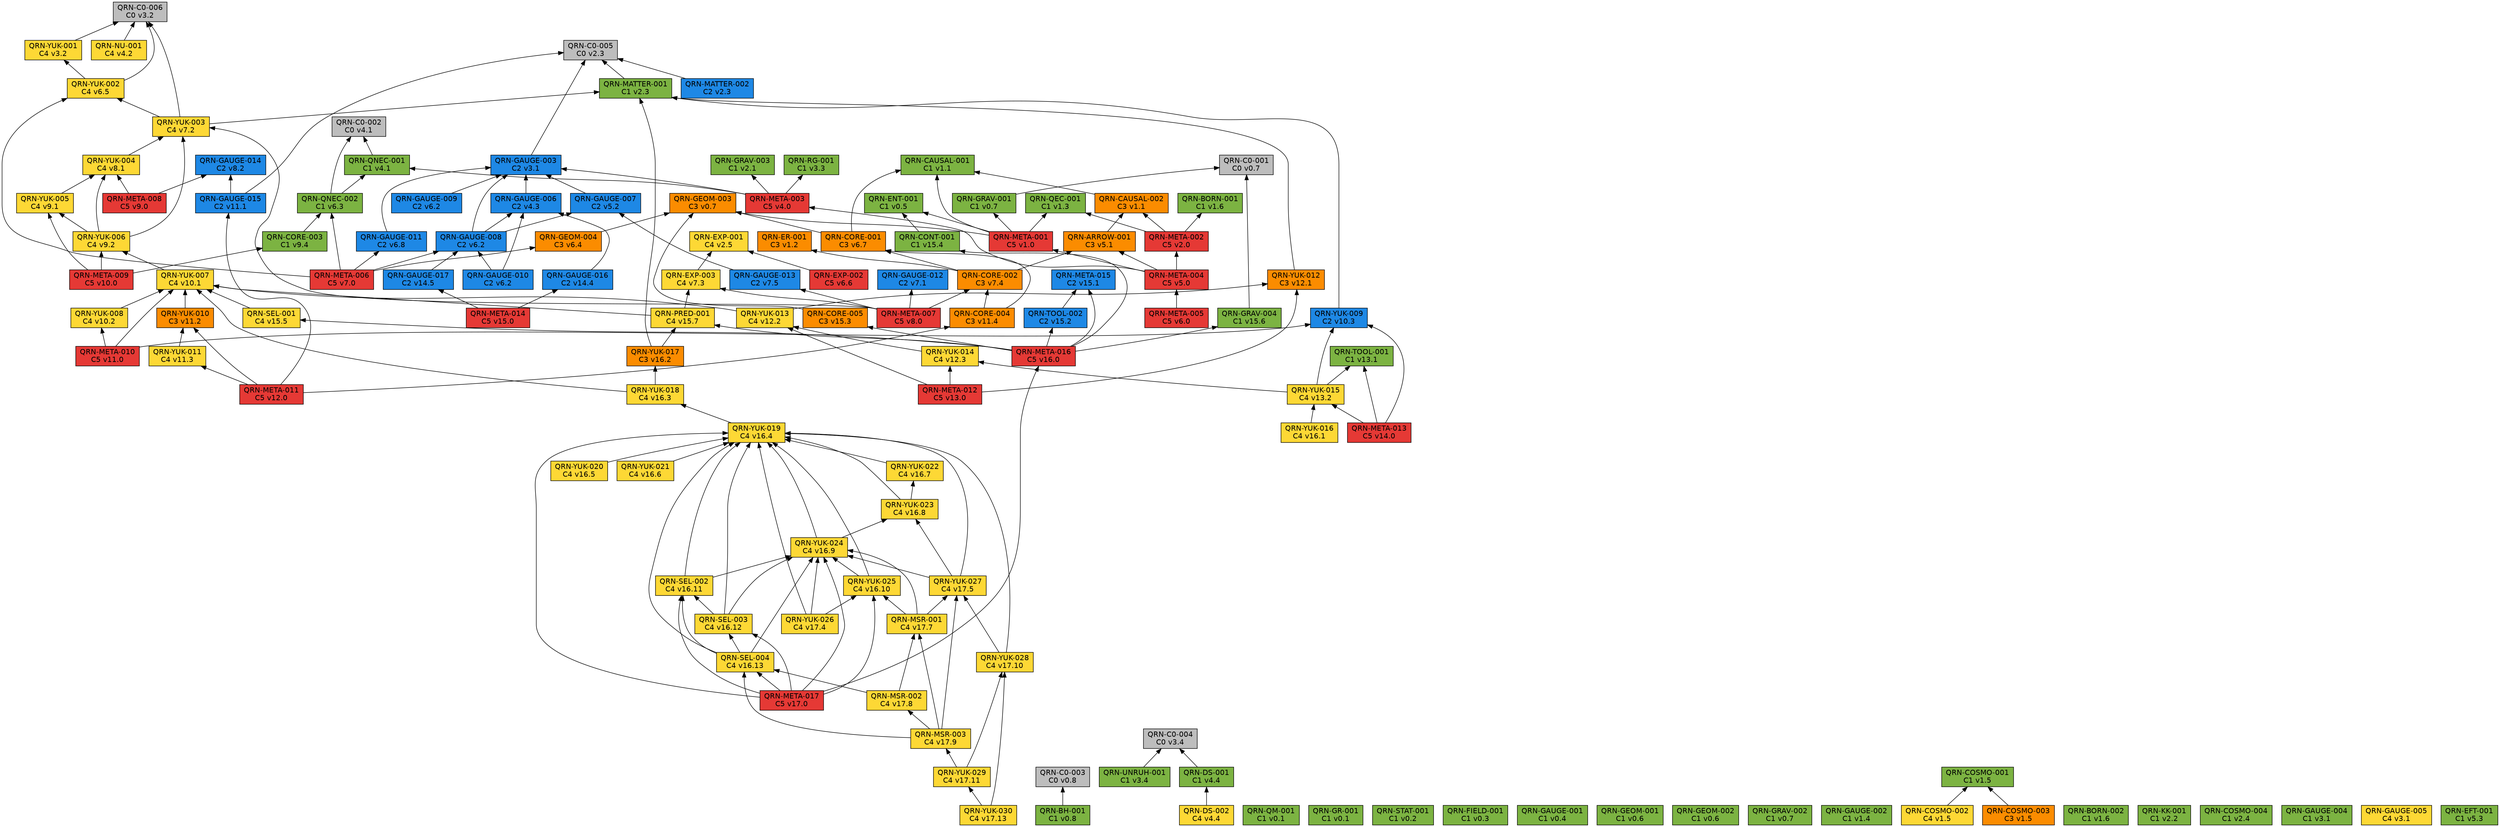
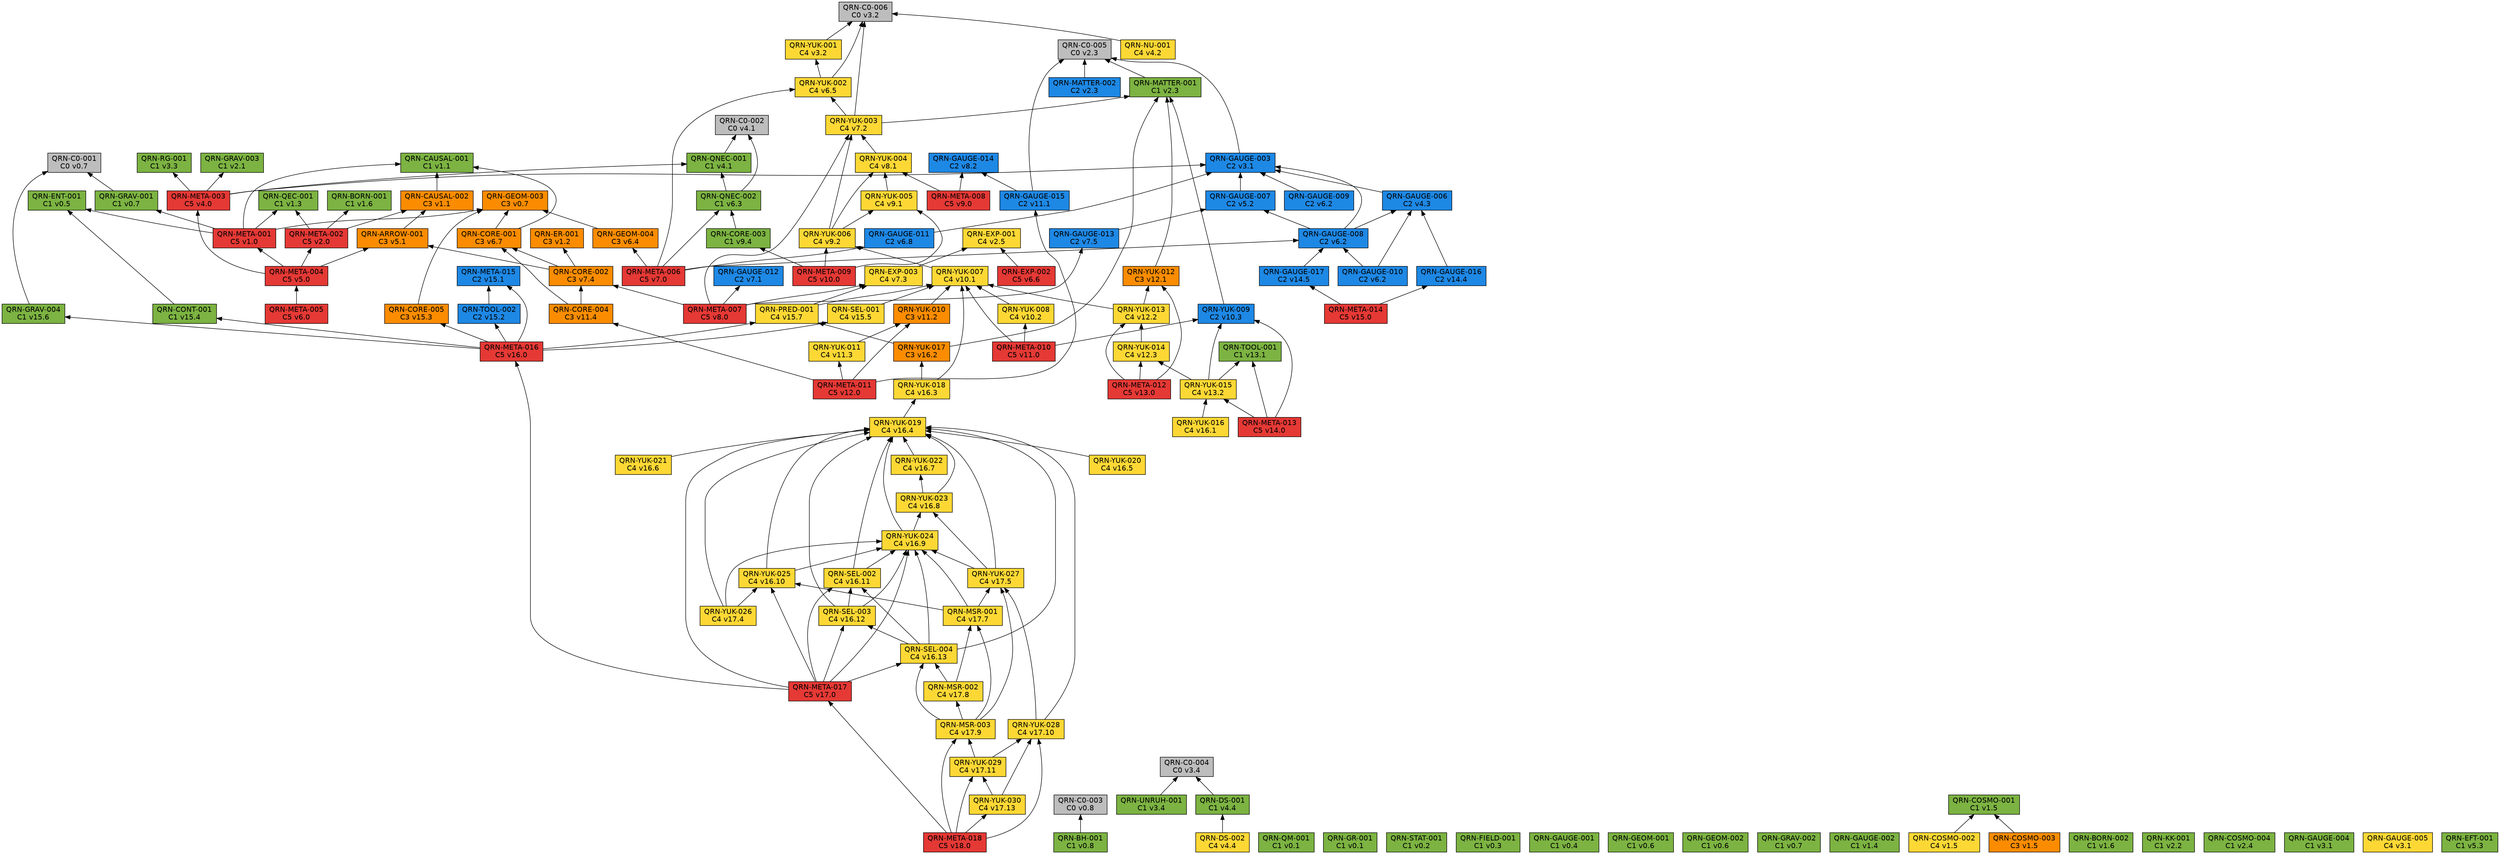
// 自動生成 (dag/report.pl) — QRN 主張依存グラフ
digraph qrn {
  rankdir=BT;
  node [shape=box, style=filled, fontname="Helvetica"];
  "QRN-C0-001" [fillcolor="#bdbdbd", label="QRN-C0-001\nC0 v0.7"];
  "QRN-C0-002" [fillcolor="#bdbdbd", label="QRN-C0-002\nC0 v4.1"];
  "QRN-C0-003" [fillcolor="#bdbdbd", label="QRN-C0-003\nC0 v0.8"];
  "QRN-C0-004" [fillcolor="#bdbdbd", label="QRN-C0-004\nC0 v3.4"];
  "QRN-C0-005" [fillcolor="#bdbdbd", label="QRN-C0-005\nC0 v2.3"];
  "QRN-C0-006" [fillcolor="#bdbdbd", label="QRN-C0-006\nC0 v3.2"];
  "QRN-QM-001" [fillcolor="#7cb342", label="QRN-QM-001\nC1 v0.1"];
  "QRN-GR-001" [fillcolor="#7cb342", label="QRN-GR-001\nC1 v0.1"];
  "QRN-STAT-001" [fillcolor="#7cb342", label="QRN-STAT-001\nC1 v0.2"];
  "QRN-FIELD-001" [fillcolor="#7cb342", label="QRN-FIELD-001\nC1 v0.3"];
  "QRN-GAUGE-001" [fillcolor="#7cb342", label="QRN-GAUGE-001\nC1 v0.4"];
  "QRN-ENT-001" [fillcolor="#7cb342", label="QRN-ENT-001\nC1 v0.5"];
  "QRN-GEOM-001" [fillcolor="#7cb342", label="QRN-GEOM-001\nC1 v0.6"];
  "QRN-GEOM-002" [fillcolor="#7cb342", label="QRN-GEOM-002\nC1 v0.6"];
  "QRN-GEOM-003" [fillcolor="#fb8c00", label="QRN-GEOM-003\nC3 v0.7"];
  "QRN-GRAV-001" [fillcolor="#7cb342", label="QRN-GRAV-001\nC1 v0.7"];
  "QRN-GRAV-002" [fillcolor="#7cb342", label="QRN-GRAV-002\nC1 v0.7"];
  "QRN-BH-001" [fillcolor="#7cb342", label="QRN-BH-001\nC1 v0.8"];
  "QRN-CAUSAL-001" [fillcolor="#7cb342", label="QRN-CAUSAL-001\nC1 v1.1"];
  "QRN-CAUSAL-002" [fillcolor="#fb8c00", label="QRN-CAUSAL-002\nC3 v1.1"];
  "QRN-ER-001" [fillcolor="#fb8c00", label="QRN-ER-001\nC3 v1.2"];
  "QRN-QEC-001" [fillcolor="#7cb342", label="QRN-QEC-001\nC1 v1.3"];
  "QRN-GAUGE-002" [fillcolor="#7cb342", label="QRN-GAUGE-002\nC1 v1.4"];
  "QRN-COSMO-001" [fillcolor="#7cb342", label="QRN-COSMO-001\nC1 v1.5"];
  "QRN-COSMO-002" [fillcolor="#fdd835", label="QRN-COSMO-002\nC4 v1.5"];
  "QRN-COSMO-003" [fillcolor="#fb8c00", label="QRN-COSMO-003\nC3 v1.5"];
  "QRN-BORN-001" [fillcolor="#7cb342", label="QRN-BORN-001\nC1 v1.6"];
  "QRN-BORN-002" [fillcolor="#7cb342", label="QRN-BORN-002\nC1 v1.6"];
  "QRN-GRAV-003" [fillcolor="#7cb342", label="QRN-GRAV-003\nC1 v2.1"];
  "QRN-KK-001" [fillcolor="#7cb342", label="QRN-KK-001\nC1 v2.2"];
  "QRN-MATTER-001" [fillcolor="#7cb342", label="QRN-MATTER-001\nC1 v2.3"];
  "QRN-MATTER-002" [fillcolor="#1e88e5", label="QRN-MATTER-002\nC2 v2.3"];
  "QRN-COSMO-004" [fillcolor="#7cb342", label="QRN-COSMO-004\nC1 v2.4"];
  "QRN-EXP-001" [fillcolor="#fdd835", label="QRN-EXP-001\nC4 v2.5"];
  "QRN-GAUGE-003" [fillcolor="#1e88e5", label="QRN-GAUGE-003\nC2 v3.1"];
  "QRN-GAUGE-004" [fillcolor="#7cb342", label="QRN-GAUGE-004\nC1 v3.1"];
  "QRN-GAUGE-005" [fillcolor="#fdd835", label="QRN-GAUGE-005\nC4 v3.1"];
  "QRN-YUK-001" [fillcolor="#fdd835", label="QRN-YUK-001\nC4 v3.2"];
  "QRN-RG-001" [fillcolor="#7cb342", label="QRN-RG-001\nC1 v3.3"];
  "QRN-UNRUH-001" [fillcolor="#7cb342", label="QRN-UNRUH-001\nC1 v3.4"];
  "QRN-QNEC-001" [fillcolor="#7cb342", label="QRN-QNEC-001\nC1 v4.1"];
  "QRN-NU-001" [fillcolor="#fdd835", label="QRN-NU-001\nC4 v4.2"];
  "QRN-GAUGE-006" [fillcolor="#1e88e5", label="QRN-GAUGE-006\nC2 v4.3"];
  "QRN-DS-001" [fillcolor="#7cb342", label="QRN-DS-001\nC1 v4.4"];
  "QRN-DS-002" [fillcolor="#fdd835", label="QRN-DS-002\nC4 v4.4"];
  "QRN-ARROW-001" [fillcolor="#fb8c00", label="QRN-ARROW-001\nC3 v5.1"];
  "QRN-GAUGE-007" [fillcolor="#1e88e5", label="QRN-GAUGE-007\nC2 v5.2"];
  "QRN-EFT-001" [fillcolor="#7cb342", label="QRN-EFT-001\nC1 v5.3"];
  "QRN-GAUGE-008" [fillcolor="#1e88e5", label="QRN-GAUGE-008\nC2 v6.2"];
  "QRN-GAUGE-009" [fillcolor="#1e88e5", label="QRN-GAUGE-009\nC2 v6.2"];
  "QRN-GAUGE-010" [fillcolor="#1e88e5", label="QRN-GAUGE-010\nC2 v6.2"];
  "QRN-QNEC-002" [fillcolor="#7cb342", label="QRN-QNEC-002\nC1 v6.3"];
  "QRN-GEOM-004" [fillcolor="#fb8c00", label="QRN-GEOM-004\nC3 v6.4"];
  "QRN-YUK-002" [fillcolor="#fdd835", label="QRN-YUK-002\nC4 v6.5"];
  "QRN-EXP-002" [fillcolor="#e53935", label="QRN-EXP-002\nC5 v6.6"];
  "QRN-CORE-001" [fillcolor="#fb8c00", label="QRN-CORE-001\nC3 v6.7"];
  "QRN-GAUGE-011" [fillcolor="#1e88e5", label="QRN-GAUGE-011\nC2 v6.8"];
  "QRN-GAUGE-012" [fillcolor="#1e88e5", label="QRN-GAUGE-012\nC2 v7.1"];
  "QRN-YUK-003" [fillcolor="#fdd835", label="QRN-YUK-003\nC4 v7.2"];
  "QRN-EXP-003" [fillcolor="#fdd835", label="QRN-EXP-003\nC4 v7.3"];
  "QRN-CORE-002" [fillcolor="#fb8c00", label="QRN-CORE-002\nC3 v7.4"];
  "QRN-GAUGE-013" [fillcolor="#1e88e5", label="QRN-GAUGE-013\nC2 v7.5"];
  "QRN-YUK-004" [fillcolor="#fdd835", label="QRN-YUK-004\nC4 v8.1"];
  "QRN-GAUGE-014" [fillcolor="#1e88e5", label="QRN-GAUGE-014\nC2 v8.2"];
  "QRN-META-001" [fillcolor="#e53935", label="QRN-META-001\nC5 v1.0"];
  "QRN-META-002" [fillcolor="#e53935", label="QRN-META-002\nC5 v2.0"];
  "QRN-META-003" [fillcolor="#e53935", label="QRN-META-003\nC5 v4.0"];
  "QRN-META-004" [fillcolor="#e53935", label="QRN-META-004\nC5 v5.0"];
  "QRN-META-005" [fillcolor="#e53935", label="QRN-META-005\nC5 v6.0"];
  "QRN-META-006" [fillcolor="#e53935", label="QRN-META-006\nC5 v7.0"];
  "QRN-META-007" [fillcolor="#e53935", label="QRN-META-007\nC5 v8.0"];
  "QRN-META-008" [fillcolor="#e53935", label="QRN-META-008\nC5 v9.0"];
  "QRN-YUK-005" [fillcolor="#fdd835", label="QRN-YUK-005\nC4 v9.1"];
  "QRN-YUK-006" [fillcolor="#fdd835", label="QRN-YUK-006\nC4 v9.2"];
  "QRN-CORE-003" [fillcolor="#7cb342", label="QRN-CORE-003\nC1 v9.4"];
  "QRN-META-009" [fillcolor="#e53935", label="QRN-META-009\nC5 v10.0"];
  "QRN-YUK-007" [fillcolor="#fdd835", label="QRN-YUK-007\nC4 v10.1"];
  "QRN-YUK-008" [fillcolor="#fdd835", label="QRN-YUK-008\nC4 v10.2"];
  "QRN-YUK-009" [fillcolor="#1e88e5", label="QRN-YUK-009\nC2 v10.3"];
  "QRN-META-010" [fillcolor="#e53935", label="QRN-META-010\nC5 v11.0"];
  "QRN-GAUGE-015" [fillcolor="#1e88e5", label="QRN-GAUGE-015\nC2 v11.1"];
  "QRN-YUK-010" [fillcolor="#fb8c00", label="QRN-YUK-010\nC3 v11.2"];
  "QRN-YUK-011" [fillcolor="#fdd835", label="QRN-YUK-011\nC4 v11.3"];
  "QRN-CORE-004" [fillcolor="#fb8c00", label="QRN-CORE-004\nC3 v11.4"];
  "QRN-META-011" [fillcolor="#e53935", label="QRN-META-011\nC5 v12.0"];
  "QRN-YUK-012" [fillcolor="#fb8c00", label="QRN-YUK-012\nC3 v12.1"];
  "QRN-YUK-013" [fillcolor="#fdd835", label="QRN-YUK-013\nC4 v12.2"];
  "QRN-YUK-014" [fillcolor="#fdd835", label="QRN-YUK-014\nC4 v12.3"];
  "QRN-META-012" [fillcolor="#e53935", label="QRN-META-012\nC5 v13.0"];
  "QRN-TOOL-001" [fillcolor="#7cb342", label="QRN-TOOL-001\nC1 v13.1"];
  "QRN-YUK-015" [fillcolor="#fdd835", label="QRN-YUK-015\nC4 v13.2"];
  "QRN-META-013" [fillcolor="#e53935", label="QRN-META-013\nC5 v14.0"];
  "QRN-GAUGE-016" [fillcolor="#1e88e5", label="QRN-GAUGE-016\nC2 v14.4"];
  "QRN-GAUGE-017" [fillcolor="#1e88e5", label="QRN-GAUGE-017\nC2 v14.5"];
  "QRN-META-014" [fillcolor="#e53935", label="QRN-META-014\nC5 v15.0"];
  "QRN-META-015" [fillcolor="#1e88e5", label="QRN-META-015\nC2 v15.1"];
  "QRN-TOOL-002" [fillcolor="#1e88e5", label="QRN-TOOL-002\nC2 v15.2"];
  "QRN-CORE-005" [fillcolor="#fb8c00", label="QRN-CORE-005\nC3 v15.3"];
  "QRN-CONT-001" [fillcolor="#7cb342", label="QRN-CONT-001\nC1 v15.4"];
  "QRN-SEL-001" [fillcolor="#fdd835", label="QRN-SEL-001\nC4 v15.5"];
  "QRN-GRAV-004" [fillcolor="#7cb342", label="QRN-GRAV-004\nC1 v15.6"];
  "QRN-PRED-001" [fillcolor="#fdd835", label="QRN-PRED-001\nC4 v15.7"];
  "QRN-META-016" [fillcolor="#e53935", label="QRN-META-016\nC5 v16.0"];
  "QRN-YUK-016" [fillcolor="#fdd835", label="QRN-YUK-016\nC4 v16.1"];
  "QRN-YUK-017" [fillcolor="#fb8c00", label="QRN-YUK-017\nC3 v16.2"];
  "QRN-YUK-018" [fillcolor="#fdd835", label="QRN-YUK-018\nC4 v16.3"];
  "QRN-YUK-019" [fillcolor="#fdd835", label="QRN-YUK-019\nC4 v16.4"];
  "QRN-YUK-020" [fillcolor="#fdd835", label="QRN-YUK-020\nC4 v16.5"];
  "QRN-YUK-021" [fillcolor="#fdd835", label="QRN-YUK-021\nC4 v16.6"];
  "QRN-YUK-022" [fillcolor="#fdd835", label="QRN-YUK-022\nC4 v16.7"];
  "QRN-YUK-023" [fillcolor="#fdd835", label="QRN-YUK-023\nC4 v16.8"];
  "QRN-YUK-024" [fillcolor="#fdd835", label="QRN-YUK-024\nC4 v16.9"];
  "QRN-YUK-025" [fillcolor="#fdd835", label="QRN-YUK-025\nC4 v16.10"];
  "QRN-SEL-002" [fillcolor="#fdd835", label="QRN-SEL-002\nC4 v16.11"];
  "QRN-SEL-003" [fillcolor="#fdd835", label="QRN-SEL-003\nC4 v16.12"];
  "QRN-SEL-004" [fillcolor="#fdd835", label="QRN-SEL-004\nC4 v16.13"];
  "QRN-META-017" [fillcolor="#e53935", label="QRN-META-017\nC5 v17.0"];
  "QRN-YUK-026" [fillcolor="#fdd835", label="QRN-YUK-026\nC4 v17.4"];
  "QRN-YUK-027" [fillcolor="#fdd835", label="QRN-YUK-027\nC4 v17.5"];
  "QRN-MSR-001" [fillcolor="#fdd835", label="QRN-MSR-001\nC4 v17.7"];
  "QRN-MSR-002" [fillcolor="#fdd835", label="QRN-MSR-002\nC4 v17.8"];
  "QRN-MSR-003" [fillcolor="#fdd835", label="QRN-MSR-003\nC4 v17.9"];
  "QRN-YUK-028" [fillcolor="#fdd835", label="QRN-YUK-028\nC4 v17.10"];
  "QRN-YUK-029" [fillcolor="#fdd835", label="QRN-YUK-029\nC4 v17.11"];
  "QRN-YUK-030" [fillcolor="#fdd835", label="QRN-YUK-030\nC4 v17.13"];
+   "QRN-META-018" [fillcolor="#e53935", label="QRN-META-018\nC5 v18.0"];
  "QRN-GRAV-001" -> "QRN-C0-001";
  "QRN-BH-001" -> "QRN-C0-003";
  "QRN-CAUSAL-002" -> "QRN-CAUSAL-001";
  "QRN-COSMO-002" -> "QRN-COSMO-001";
  "QRN-COSMO-003" -> "QRN-COSMO-001";
  "QRN-MATTER-001" -> "QRN-C0-005";
  "QRN-MATTER-002" -> "QRN-C0-005";
  "QRN-GAUGE-003" -> "QRN-C0-005";
  "QRN-YUK-001" -> "QRN-C0-006";
  "QRN-UNRUH-001" -> "QRN-C0-004";
  "QRN-QNEC-001" -> "QRN-C0-002";
  "QRN-NU-001" -> "QRN-C0-006";
  "QRN-GAUGE-006" -> "QRN-GAUGE-003";
  "QRN-DS-001" -> "QRN-C0-004";
  "QRN-DS-002" -> "QRN-DS-001";
  "QRN-ARROW-001" -> "QRN-CAUSAL-002";
  "QRN-GAUGE-007" -> "QRN-GAUGE-003";
  "QRN-GAUGE-008" -> "QRN-GAUGE-003";
  "QRN-GAUGE-008" -> "QRN-GAUGE-006";
  "QRN-GAUGE-008" -> "QRN-GAUGE-007";
  "QRN-GAUGE-009" -> "QRN-GAUGE-003";
  "QRN-GAUGE-010" -> "QRN-GAUGE-006";
  "QRN-GAUGE-010" -> "QRN-GAUGE-008";
  "QRN-QNEC-002" -> "QRN-C0-002";
  "QRN-QNEC-002" -> "QRN-QNEC-001";
  "QRN-GEOM-004" -> "QRN-GEOM-003";
  "QRN-YUK-002" -> "QRN-C0-006";
  "QRN-YUK-002" -> "QRN-YUK-001";
  "QRN-EXP-002" -> "QRN-EXP-001";
  "QRN-CORE-001" -> "QRN-GEOM-003";
  "QRN-CORE-001" -> "QRN-CAUSAL-001";
  "QRN-GAUGE-011" -> "QRN-GAUGE-003";
  "QRN-YUK-003" -> "QRN-C0-006";
  "QRN-YUK-003" -> "QRN-MATTER-001";
  "QRN-YUK-003" -> "QRN-YUK-002";
  "QRN-EXP-003" -> "QRN-EXP-001";
  "QRN-CORE-002" -> "QRN-CORE-001";
  "QRN-CORE-002" -> "QRN-ER-001";
  "QRN-CORE-002" -> "QRN-ARROW-001";
  "QRN-GAUGE-013" -> "QRN-GAUGE-007";
  "QRN-YUK-004" -> "QRN-YUK-003";
  "QRN-META-001" -> "QRN-GEOM-003";
  "QRN-META-001" -> "QRN-GRAV-001";
  "QRN-META-001" -> "QRN-CAUSAL-001";
  "QRN-META-001" -> "QRN-QEC-001";
  "QRN-META-001" -> "QRN-ENT-001";
  "QRN-META-002" -> "QRN-QEC-001";
  "QRN-META-002" -> "QRN-BORN-001";
  "QRN-META-002" -> "QRN-CAUSAL-002";
  "QRN-META-003" -> "QRN-GAUGE-003";
  "QRN-META-003" -> "QRN-RG-001";
  "QRN-META-003" -> "QRN-QNEC-001";
  "QRN-META-003" -> "QRN-GRAV-003";
  "QRN-META-004" -> "QRN-META-001";
  "QRN-META-004" -> "QRN-META-002";
  "QRN-META-004" -> "QRN-META-003";
  "QRN-META-004" -> "QRN-ARROW-001";
  "QRN-META-005" -> "QRN-META-004";
  "QRN-META-006" -> "QRN-GAUGE-008";
  "QRN-META-006" -> "QRN-QNEC-002";
  "QRN-META-006" -> "QRN-GEOM-004";
  "QRN-META-006" -> "QRN-YUK-002";
  "QRN-META-006" -> "QRN-GAUGE-011";
  "QRN-META-007" -> "QRN-GAUGE-012";
  "QRN-META-007" -> "QRN-YUK-003";
  "QRN-META-007" -> "QRN-EXP-003";
  "QRN-META-007" -> "QRN-CORE-002";
  "QRN-META-007" -> "QRN-GAUGE-013";
  "QRN-META-008" -> "QRN-YUK-004";
  "QRN-META-008" -> "QRN-GAUGE-014";
  "QRN-YUK-005" -> "QRN-YUK-004";
  "QRN-YUK-006" -> "QRN-YUK-003";
  "QRN-YUK-006" -> "QRN-YUK-004";
  "QRN-YUK-006" -> "QRN-YUK-005";
  "QRN-CORE-003" -> "QRN-QNEC-002";
  "QRN-META-009" -> "QRN-YUK-005";
  "QRN-META-009" -> "QRN-YUK-006";
  "QRN-META-009" -> "QRN-CORE-003";
  "QRN-YUK-007" -> "QRN-YUK-006";
  "QRN-YUK-008" -> "QRN-YUK-007";
  "QRN-YUK-009" -> "QRN-MATTER-001";
  "QRN-META-010" -> "QRN-YUK-007";
  "QRN-META-010" -> "QRN-YUK-008";
  "QRN-META-010" -> "QRN-YUK-009";
  "QRN-GAUGE-015" -> "QRN-C0-005";
  "QRN-GAUGE-015" -> "QRN-GAUGE-014";
  "QRN-YUK-010" -> "QRN-YUK-007";
  "QRN-YUK-011" -> "QRN-YUK-010";
  "QRN-CORE-004" -> "QRN-CORE-001";
  "QRN-CORE-004" -> "QRN-CORE-002";
  "QRN-META-011" -> "QRN-GAUGE-015";
  "QRN-META-011" -> "QRN-YUK-010";
  "QRN-META-011" -> "QRN-YUK-011";
  "QRN-META-011" -> "QRN-CORE-004";
  "QRN-YUK-012" -> "QRN-MATTER-001";
  "QRN-YUK-013" -> "QRN-YUK-012";
  "QRN-YUK-013" -> "QRN-YUK-007";
  "QRN-YUK-014" -> "QRN-YUK-013";
  "QRN-META-012" -> "QRN-YUK-012";
  "QRN-META-012" -> "QRN-YUK-013";
  "QRN-META-012" -> "QRN-YUK-014";
  "QRN-YUK-015" -> "QRN-YUK-014";
  "QRN-YUK-015" -> "QRN-TOOL-001";
  "QRN-YUK-015" -> "QRN-YUK-009";
  "QRN-META-013" -> "QRN-YUK-015";
  "QRN-META-013" -> "QRN-TOOL-001";
  "QRN-META-013" -> "QRN-YUK-009";
  "QRN-GAUGE-016" -> "QRN-GAUGE-006";
  "QRN-GAUGE-017" -> "QRN-GAUGE-008";
  "QRN-META-014" -> "QRN-GAUGE-016";
  "QRN-META-014" -> "QRN-GAUGE-017";
  "QRN-TOOL-002" -> "QRN-META-015";
  "QRN-CORE-005" -> "QRN-GEOM-003";
  "QRN-CONT-001" -> "QRN-ENT-001";
  "QRN-SEL-001" -> "QRN-YUK-007";
  "QRN-GRAV-004" -> "QRN-C0-001";
  "QRN-PRED-001" -> "QRN-YUK-007";
  "QRN-PRED-001" -> "QRN-EXP-003";
  "QRN-META-016" -> "QRN-META-015";
  "QRN-META-016" -> "QRN-TOOL-002";
  "QRN-META-016" -> "QRN-CORE-005";
  "QRN-META-016" -> "QRN-CONT-001";
  "QRN-META-016" -> "QRN-SEL-001";
  "QRN-META-016" -> "QRN-GRAV-004";
  "QRN-META-016" -> "QRN-PRED-001";
  "QRN-YUK-016" -> "QRN-YUK-015";
  "QRN-YUK-017" -> "QRN-MATTER-001";
  "QRN-YUK-017" -> "QRN-PRED-001";
  "QRN-YUK-018" -> "QRN-YUK-017";
  "QRN-YUK-018" -> "QRN-YUK-007";
  "QRN-YUK-019" -> "QRN-YUK-018";
  "QRN-YUK-020" -> "QRN-YUK-019";
  "QRN-YUK-021" -> "QRN-YUK-019";
  "QRN-YUK-022" -> "QRN-YUK-019";
  "QRN-YUK-023" -> "QRN-YUK-019";
  "QRN-YUK-023" -> "QRN-YUK-022";
  "QRN-YUK-024" -> "QRN-YUK-019";
  "QRN-YUK-024" -> "QRN-YUK-023";
  "QRN-YUK-025" -> "QRN-YUK-019";
  "QRN-YUK-025" -> "QRN-YUK-024";
  "QRN-SEL-002" -> "QRN-YUK-019";
  "QRN-SEL-002" -> "QRN-YUK-024";
  "QRN-SEL-003" -> "QRN-YUK-019";
  "QRN-SEL-003" -> "QRN-YUK-024";
  "QRN-SEL-003" -> "QRN-SEL-002";
  "QRN-SEL-004" -> "QRN-YUK-019";
  "QRN-SEL-004" -> "QRN-YUK-024";
  "QRN-SEL-004" -> "QRN-SEL-002";
  "QRN-SEL-004" -> "QRN-SEL-003";
  "QRN-META-017" -> "QRN-META-016";
  "QRN-META-017" -> "QRN-YUK-019";
  "QRN-META-017" -> "QRN-YUK-024";
  "QRN-META-017" -> "QRN-YUK-025";
  "QRN-META-017" -> "QRN-SEL-002";
  "QRN-META-017" -> "QRN-SEL-003";
  "QRN-META-017" -> "QRN-SEL-004";
  "QRN-YUK-026" -> "QRN-YUK-019";
  "QRN-YUK-026" -> "QRN-YUK-024";
  "QRN-YUK-026" -> "QRN-YUK-025";
  "QRN-YUK-027" -> "QRN-YUK-019";
  "QRN-YUK-027" -> "QRN-YUK-023";
  "QRN-YUK-027" -> "QRN-YUK-024";
  "QRN-MSR-001" -> "QRN-YUK-024";
  "QRN-MSR-001" -> "QRN-YUK-025";
  "QRN-MSR-001" -> "QRN-YUK-027";
  "QRN-MSR-002" -> "QRN-SEL-004";
  "QRN-MSR-002" -> "QRN-MSR-001";
  "QRN-MSR-003" -> "QRN-MSR-001";
  "QRN-MSR-003" -> "QRN-MSR-002";
  "QRN-MSR-003" -> "QRN-SEL-004";
  "QRN-MSR-003" -> "QRN-YUK-027";
  "QRN-YUK-028" -> "QRN-YUK-019";
  "QRN-YUK-028" -> "QRN-YUK-027";
  "QRN-YUK-029" -> "QRN-YUK-028";
  "QRN-YUK-029" -> "QRN-MSR-003";
  "QRN-YUK-030" -> "QRN-YUK-028";
  "QRN-YUK-030" -> "QRN-YUK-029";
+   "QRN-META-018" -> "QRN-META-017";
+   "QRN-META-018" -> "QRN-MSR-003";
+   "QRN-META-018" -> "QRN-YUK-028";
+   "QRN-META-018" -> "QRN-YUK-029";
+   "QRN-META-018" -> "QRN-YUK-030";
}
